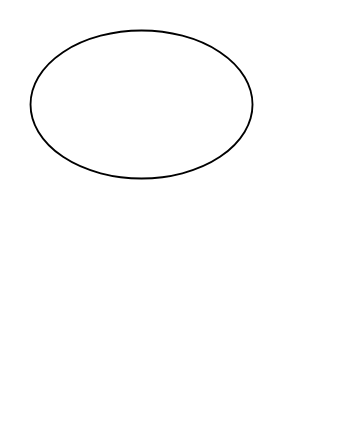
luisverissimo/teste keeps this draw.io diagram as Untitled Diagram.drawio. Above is the earlier version. Source tidied: cells renumbered, new cells numbered last; positions are measured from the earlier drawing's top-left corner, leaving out a move shared by most shapes. Both pictures are drawn from the tidied source at 185%, with x=0, y=0 at pixel (30, 30).
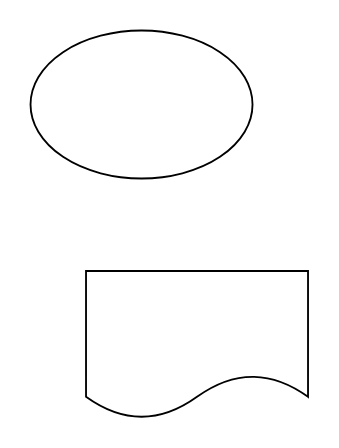
The same diagram, later.

Change to the diagram source:
```diff
@@
 <mxGraphModel>
   <root>
     <mxCell id="0" />
     <mxCell id="1" parent="0" />
     <mxCell id="2" style="ellipse;whiteSpace=wrap;html=1;" parent="1" vertex="1">
       <mxGeometry width="120" height="80" as="geometry" />
     </mxCell>
+    <mxCell id="3" style="shape=document;whiteSpace=wrap;html=1;boundedLbl=1;" parent="1" vertex="1">
+      <mxGeometry x="30" y="130" width="120" height="80" as="geometry" />
+    </mxCell>
   </root>
 </mxGraphModel>
```
